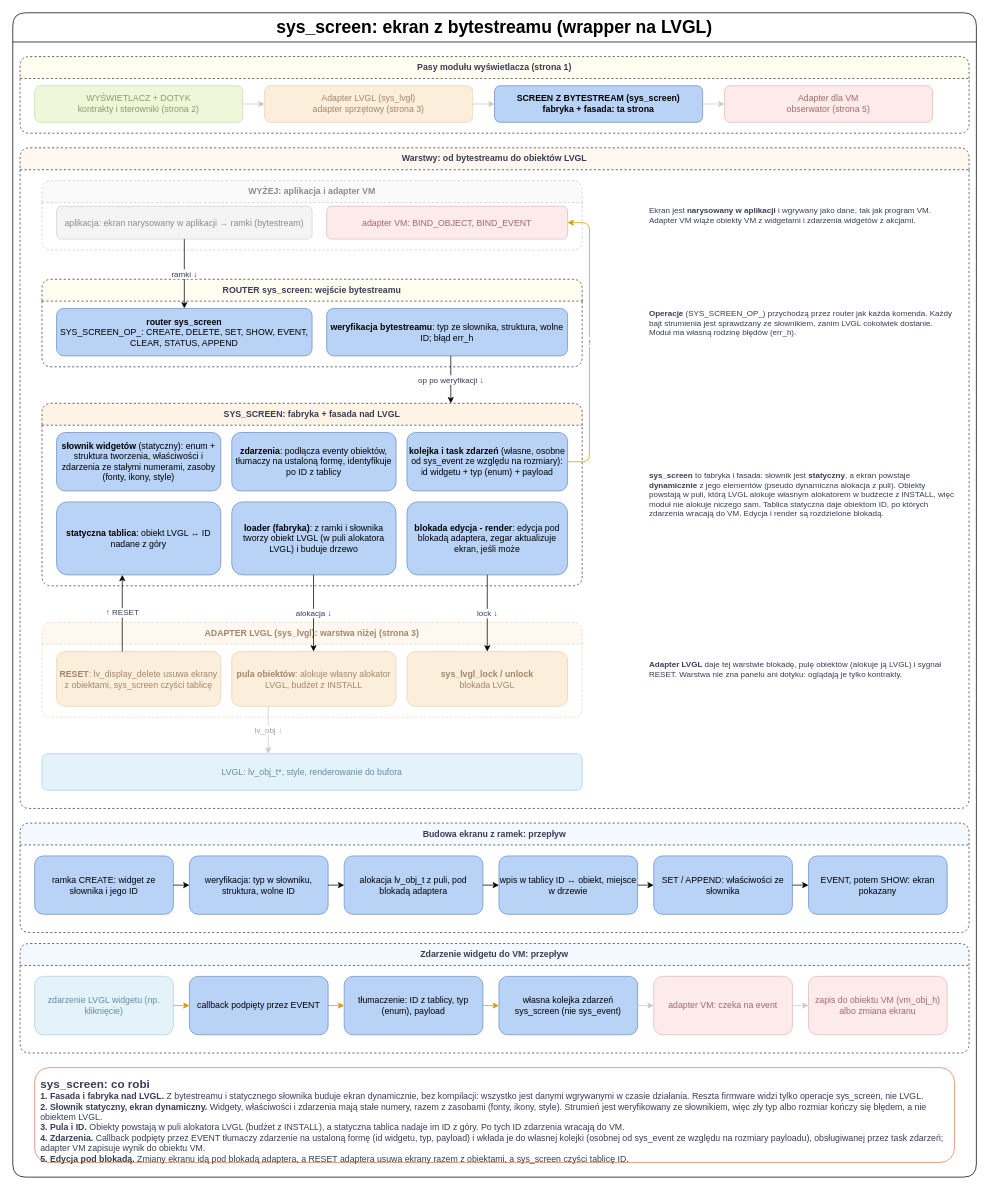
prukasz/runIT keeps this draw.io diagram as page "3 sys_screen: ekran z bytestreamu" (3 of 4) of _SOFTWARE/runit-display.drawio. Above is the earlier version. Source tidied: cells renumbered, new cells numbered last; positions are measured from the earlier drawing's top-left corner, leaving out a move shared by most shapes. Both pictures are drawn from the tidied source at 73%, with x=0, y=0 at pixel (12, 12).
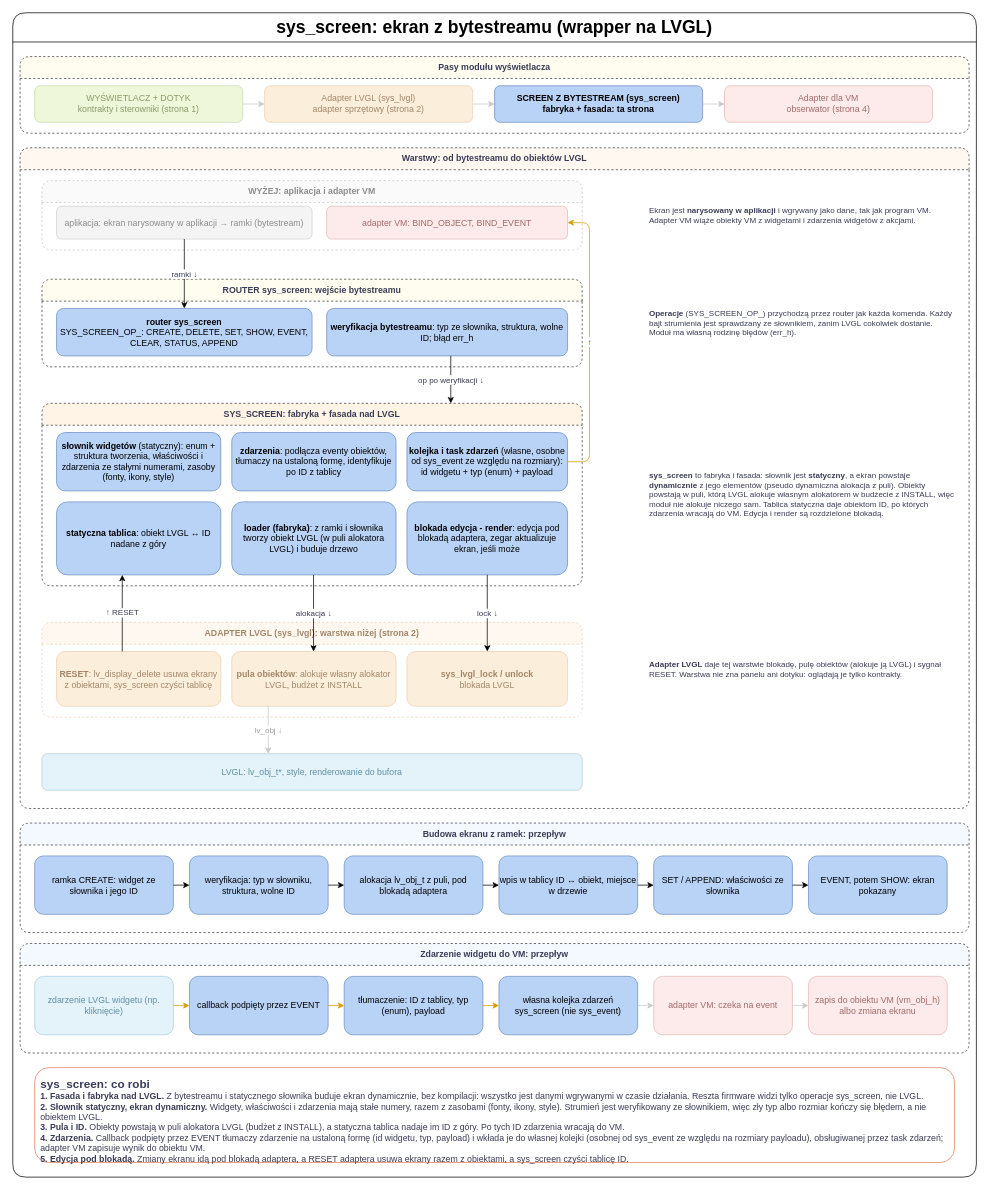
The same diagram, later.

What changed in the source:
```diff
@@
-    <mxCell id="3" value="Pasy modułu wyświetlacza (strona 1)" style="swimlane;whiteSpace=wrap;html=1;startSize=30;rounded=1;dashed=1;fillColor=#fffdf0;strokeColor=#36393d;fontColor=#393C56;fontStyle=1;roundedPerimeter=1;" parent="1" vertex="1">
+    <mxCell id="3" value="Pasy modułu wyświetlacza" style="swimlane;whiteSpace=wrap;html=1;startSize=30;rounded=1;dashed=1;fillColor=#fffdf0;strokeColor=#36393d;fontColor=#393C56;fontStyle=1;roundedPerimeter=1;" parent="1" vertex="1">
       <mxGeometry x="10" y="60" width="1300" height="105" as="geometry" />
     </mxCell>
-    <mxCell id="4" value="WYŚWIETLACZ + DOTYK&lt;br&gt;kontrakty i sterowniki (strona 2)" style="rounded=1;whiteSpace=wrap;html=1;fillColor=#eef7d9;strokeColor=#c9dcab;fontColor=#8a9a6b;roundedPerimeter=1;" parent="1" vertex="1">
+    <mxCell id="4" value="WYŚWIETLACZ + DOTYK&lt;br&gt;kontrakty i sterowniki (strona 1)" style="rounded=1;whiteSpace=wrap;html=1;fillColor=#eef7d9;strokeColor=#c9dcab;fontColor=#8a9a6b;roundedPerimeter=1;" parent="1" vertex="1">
       <mxGeometry x="30" y="100" width="285" height="50" as="geometry" />
     </mxCell>
-    <mxCell id="5" value="Adapter LVGL (sys_lvgl)&lt;br&gt;adapter sprzętowy (strona 3)" style="rounded=1;whiteSpace=wrap;html=1;fillColor=#fbeedb;strokeColor=#ecd0b6;fontColor=#a38668;roundedPerimeter=1;" parent="1" vertex="1">
+    <mxCell id="5" value="Adapter LVGL (sys_lvgl)&lt;br&gt;adapter sprzętowy (strona 2)" style="rounded=1;whiteSpace=wrap;html=1;fillColor=#fbeedb;strokeColor=#ecd0b6;fontColor=#a38668;roundedPerimeter=1;" parent="1" vertex="1">
       <mxGeometry x="345" y="100" width="285" height="50" as="geometry" />
     </mxCell>
@@
-    <mxCell id="7" value="Adapter dla VM&lt;br&gt;obserwator (strona 5)" style="rounded=1;whiteSpace=wrap;html=1;fillColor=#fcebea;strokeColor=#e3b9b7;fontColor=#a06b69;roundedPerimeter=1;" parent="1" vertex="1">
+    <mxCell id="7" value="Adapter dla VM&lt;br&gt;obserwator (strona 4)" style="rounded=1;whiteSpace=wrap;html=1;fillColor=#fcebea;strokeColor=#e3b9b7;fontColor=#a06b69;roundedPerimeter=1;" parent="1" vertex="1">
       <mxGeometry x="975" y="100" width="285" height="50" as="geometry" />
     </mxCell>
@@
-    <mxCell id="25" value="ADAPTER LVGL (sys_lvgl): warstwa niżej (strona 3)" style="swimlane;whiteSpace=wrap;html=1;startSize=30;rounded=1;dashed=1;fillColor=#fef8f0;strokeColor=#ecd0b6;fontColor=#a38668;fontStyle=1;roundedPerimeter=1;" parent="1" vertex="1">
+    <mxCell id="25" value="ADAPTER LVGL (sys_lvgl): warstwa niżej (strona 2)" style="swimlane;whiteSpace=wrap;html=1;startSize=30;rounded=1;dashed=1;fillColor=#fef8f0;strokeColor=#ecd0b6;fontColor=#a38668;fontStyle=1;roundedPerimeter=1;" parent="1" vertex="1">
       <mxGeometry x="40" y="835" width="740" height="130" as="geometry" />
     </mxCell>
```
